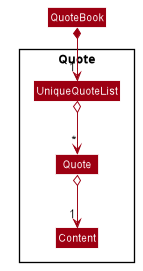
AY1920S2-CS2103T-T10-1/main keeps this PlantUML diagram as images/ModelQuoteClassDiagram.png. Above is the earlier version.
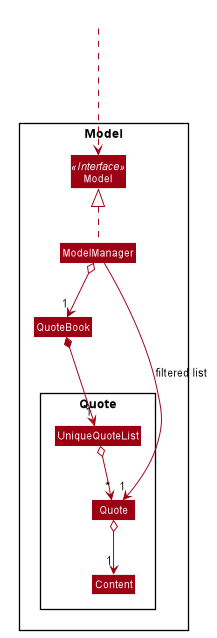
After the change.

The edit, as a diff of the source:
```diff
@@ -52,6 +52,14 @@
 skinparam arrowColor #9D0012
 skinparam classBackgroundColor #9D0012
 
+
+Class HiddenOutside #FFFFFF
+
+Package Model <<Rectangle>>{
+
+Interface Model <<Interface>>
+Class Model
+Class ModelManager
 class QuoteBook
 
 Package Quote {
@@ -59,7 +67,10 @@
     class Quote
     class Content
 }
-
+HiddenOutside ...> Model
+ModelManager o--> "1" QuoteBook
+ModelManager .up.|> Model
+ModelManager --> "1" Quote : filtered list
 
 QuoteBook *-down->"1" UniqueQuoteList
 UniqueQuoteList o--> "*" Quote
```
